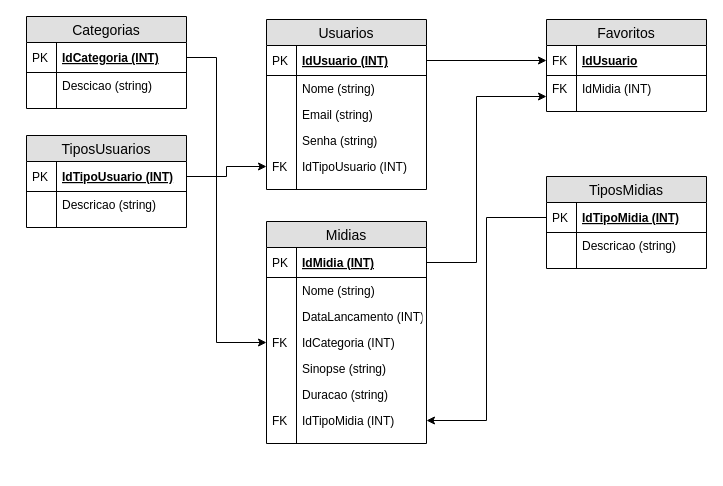
Before: page "Lógico" (1 of 2) of OpFlix/OpFlix.drawio in amrals/SQLServer, a draw.io diagram. Source tidied: cells renumbered, new cells numbered last; positions are measured from the earlier drawing's top-left corner, leaving out a move shared by most shapes. Both pictures are drawn from the tidied source at 100%, with x=0, y=0 at pixel (26, 16).
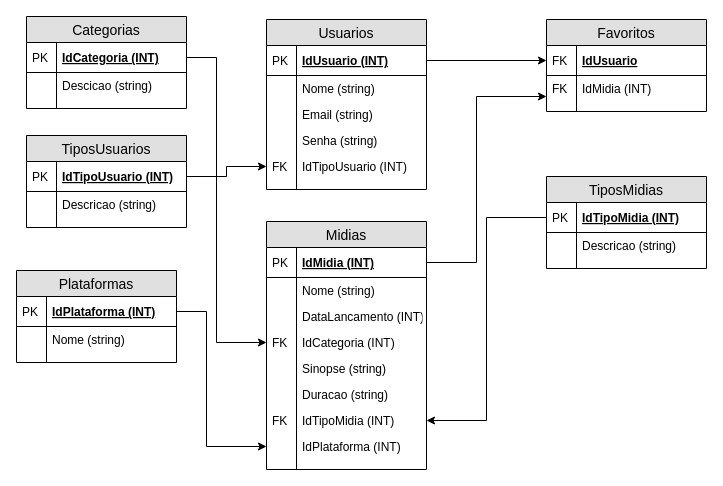
The same page after the edit.

What changed in the source:
```diff
@@
     <mxCell id="22" value="Midias" style="swimlane;fontStyle=0;horizontal=1;startSize=26;fillColor=#e0e0e0;swimlaneFillColor=#ffffff;align=center;fontSize=14;" parent="1" vertex="1">
-      <mxGeometry x="240" y="205" width="160" height="222" as="geometry" />
+      <mxGeometry x="240" y="205" width="160" height="248" as="geometry" />
     </mxCell>
@@
+    <mxCell id="65" value="IdPlataforma (INT)" style="shape=partialRectangle;top=0;left=0;right=0;bottom=0;align=left;verticalAlign=top;fillColor=none;spacingLeft=34;spacingRight=4;overflow=hidden;points=[[0,0.5],[1,0.5]];portConstraint=eastwest;fontSize=12;" parent="22" vertex="1">
+      <mxGeometry y="212" width="160" height="26" as="geometry" />
+    </mxCell>
+    <mxCell id="66" style="shape=partialRectangle;top=0;left=0;bottom=0;fillColor=none;align=left;verticalAlign=top;spacingLeft=4;spacingRight=4;overflow=hidden;fontSize=12;" parent="65" vertex="1">
+      <mxGeometry width="30" height="26" as="geometry" />
+    </mxCell>
     <mxCell id="37" style="shape=partialRectangle;top=0;left=0;right=0;bottom=0;align=left;verticalAlign=top;fillColor=none;spacingLeft=34;spacingRight=4;overflow=hidden;fontSize=12;" parent="22" vertex="1">
-      <mxGeometry y="212" width="160" height="10" as="geometry" />
+      <mxGeometry y="238" width="160" height="10" as="geometry" />
     </mxCell>
@@
+    <mxCell id="67" value="Plataformas" style="swimlane;fontStyle=0;horizontal=1;startSize=26;fillColor=#e0e0e0;swimlaneFillColor=#ffffff;align=center;fontSize=14;" parent="1" vertex="1">
+      <mxGeometry x="-10" y="254" width="160" height="92" as="geometry" />
+    </mxCell>
+    <mxCell id="68" value="IdPlataforma (INT)" style="shape=partialRectangle;top=0;left=0;right=0;bottom=1;align=left;verticalAlign=middle;fillColor=none;spacingLeft=34;spacingRight=4;overflow=hidden;points=[[0,0.5],[1,0.5]];portConstraint=eastwest;fontStyle=5;fontSize=12;" parent="67" vertex="1">
+      <mxGeometry y="26" width="160" height="30" as="geometry" />
+    </mxCell>
+    <mxCell id="69" value="PK" style="shape=partialRectangle;top=0;left=0;bottom=0;fillColor=none;align=left;verticalAlign=middle;spacingLeft=4;spacingRight=4;overflow=hidden;fontSize=12;" parent="68" vertex="1">
+      <mxGeometry width="30" height="30" as="geometry" />
+    </mxCell>
+    <mxCell id="70" value="Nome (string)" style="shape=partialRectangle;top=0;left=0;right=0;bottom=0;align=left;verticalAlign=top;fillColor=none;spacingLeft=34;spacingRight=4;overflow=hidden;fontSize=12;" parent="67" vertex="1">
+      <mxGeometry y="56" width="160" height="26" as="geometry" />
+    </mxCell>
+    <mxCell id="71" style="shape=partialRectangle;top=0;left=0;bottom=0;fillColor=none;align=left;verticalAlign=top;spacingLeft=4;spacingRight=4;overflow=hidden;fontSize=12;" parent="70" vertex="1">
+      <mxGeometry width="30" height="26" as="geometry" />
+    </mxCell>
+    <mxCell id="72" style="shape=partialRectangle;top=0;left=0;right=0;bottom=0;align=left;verticalAlign=top;fillColor=none;spacingLeft=34;spacingRight=4;overflow=hidden;fontSize=12;" parent="67" vertex="1">
+      <mxGeometry y="82" width="160" height="10" as="geometry" />
+    </mxCell>
+    <mxCell id="73" style="shape=partialRectangle;top=0;left=0;bottom=0;fillColor=none;align=left;verticalAlign=top;spacingLeft=4;spacingRight=4;overflow=hidden;fontSize=12;" parent="72" vertex="1">
+      <mxGeometry width="30" height="10" as="geometry" />
+    </mxCell>
+    <mxCell id="74" style="edgeStyle=orthogonalEdgeStyle;rounded=0;jettySize=auto;html=1;entryX=0;entryY=0.5;entryDx=0;entryDy=0;" parent="1" edge="1" source="68" target="65">
+      <mxGeometry relative="1" as="geometry">
+        <Array as="points">
+          <mxPoint x="180" y="295" />
+          <mxPoint x="180" y="430" />
+        </Array>
+      </mxGeometry>
+    </mxCell>
```
